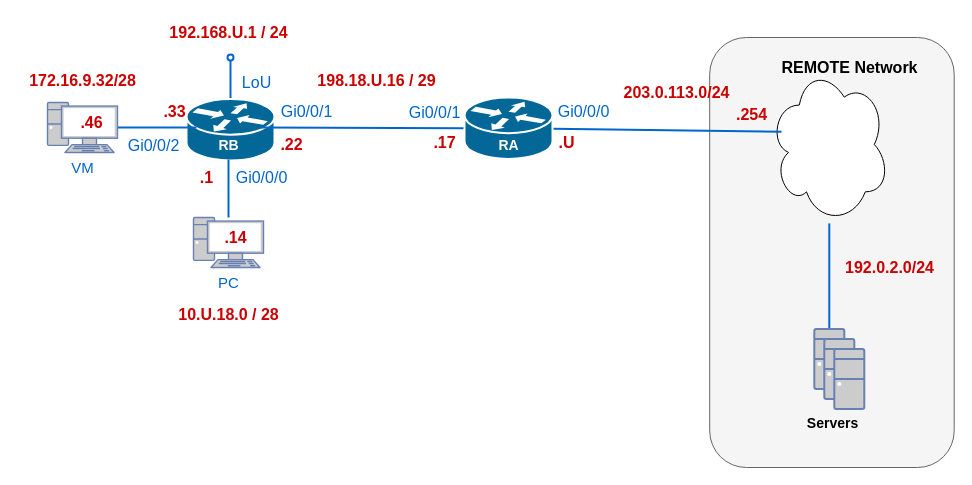
Before: 25F-CST8371/labs/draw/w01-topology.drawio in ayalac1111/Networking-Courses, a draw.io diagram. Source tidied: cells renumbered, new cells numbered last; positions are measured from the earlier drawing's top-left corner, leaving out a move shared by most shapes. Both pictures are drawn from the tidied source at 100%, with x=0, y=0 at pixel (17, 17).
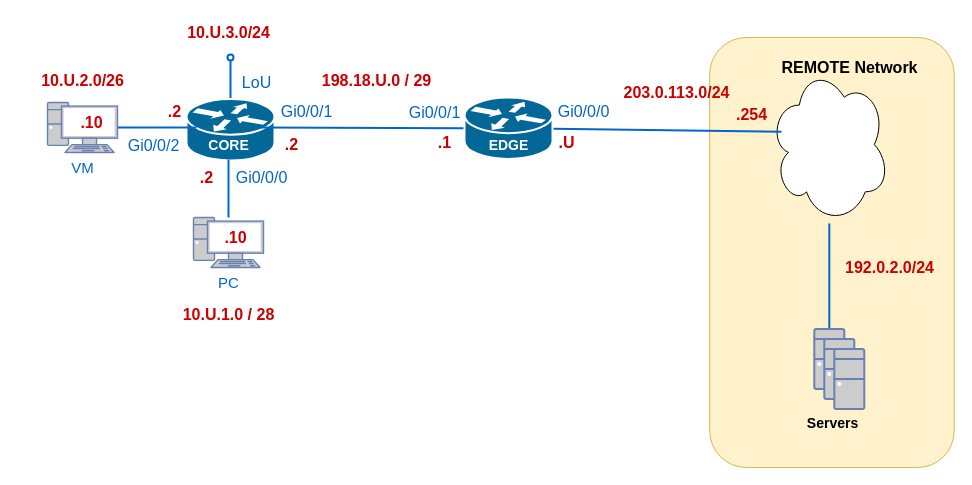
The same page after the edit.

Commit message (it also covers changes not shown here):
W01 PT Base (draft): tasks + CO1–CO6, topology assets, README SPARK notes

Change to the diagram source:
```diff
@@
-    <mxCell id="2" style="rounded=1;whiteSpace=wrap;html=1;fillColor=#f5f5f5;strokeColor=#666666;fontColor=#333333;" parent="1" vertex="1">
+    <mxCell id="2" style="rounded=1;whiteSpace=wrap;html=1;fillColor=#fff2cc;strokeColor=#d6b656;" parent="1" vertex="1">
       <mxGeometry x="692.2" y="20" width="244.5" height="430" as="geometry" />
     </mxCell>
@@
-    <mxCell id="17" value="&lt;font color=&quot;#ffffff&quot; style=&quot;font-size: 14px;&quot;&gt;&lt;b&gt;RA&lt;/b&gt;&lt;/font&gt;" style="text;html=1;align=center;verticalAlign=middle;fillColor=none;strokeColor=none;rounded=0;fontSize=16;" parent="1" vertex="1">
-      <mxGeometry x="471" y="111.5" width="40" height="30" as="geometry" />
+    <mxCell id="17" value="&lt;font color=&quot;#ffffff&quot; style=&quot;font-size: 14px;&quot;&gt;&lt;b&gt;EDGE&lt;/b&gt;&lt;/font&gt;" style="text;html=1;align=center;verticalAlign=middle;fillColor=none;strokeColor=none;rounded=0;fontSize=16;" parent="1" vertex="1">
+      <mxGeometry x="461" y="111.5" width="60" height="30" as="geometry" />
     </mxCell>
-    <mxCell id="18" value="&lt;font color=&quot;#ffffff&quot; style=&quot;font-size: 14px;&quot;&gt;&lt;b&gt;RB&lt;/b&gt;&lt;/font&gt;" style="text;html=1;align=center;verticalAlign=middle;fillColor=none;strokeColor=none;rounded=0;fontSize=16;fontColor=#0066CC;" parent="1" vertex="1">
-      <mxGeometry x="191" y="112" width="40" height="30" as="geometry" />
+    <mxCell id="18" value="&lt;font color=&quot;#ffffff&quot; style=&quot;font-size: 14px;&quot;&gt;&lt;b&gt;CORE&lt;/b&gt;&lt;/font&gt;" style="text;html=1;align=center;verticalAlign=middle;fillColor=none;strokeColor=none;rounded=0;fontSize=16;fontColor=#0066CC;" parent="1" vertex="1">
+      <mxGeometry x="181" y="112" width="60" height="30" as="geometry" />
     </mxCell>
@@
-    <mxCell id="20" value="&lt;font size=&quot;1&quot; color=&quot;#cc0000&quot;&gt;&lt;b style=&quot;font-size: 16px;&quot;&gt;198.18.U.16 / 29&lt;/b&gt;&lt;/font&gt;" style="text;html=1;align=center;verticalAlign=middle;fillColor=none;strokeColor=none;rounded=0;" parent="1" vertex="1">
-      <mxGeometry x="289" y="48" width="140" height="30" as="geometry" />
+    <mxCell id="20" value="&lt;font size=&quot;1&quot; color=&quot;#cc0000&quot;&gt;&lt;b style=&quot;font-size: 16px;&quot;&gt;198.18.U.0 / 29&lt;/b&gt;&lt;/font&gt;" style="text;html=1;align=center;verticalAlign=middle;fillColor=none;strokeColor=none;rounded=0;" parent="1" vertex="1">
+      <mxGeometry x="294" y="48" width="130" height="30" as="geometry" />
     </mxCell>
@@
-    <mxCell id="23" value="&lt;font size=&quot;1&quot; color=&quot;#cc0000&quot;&gt;&lt;b style=&quot;font-size: 16px;&quot;&gt;.17&lt;/b&gt;&lt;/font&gt;" style="text;html=1;align=center;verticalAlign=middle;fillColor=none;strokeColor=none;rounded=0;" parent="1" vertex="1">
-      <mxGeometry x="402" y="110" width="50" height="30" as="geometry" />
+    <mxCell id="23" value="&lt;font size=&quot;1&quot; color=&quot;#cc0000&quot;&gt;&lt;b style=&quot;font-size: 16px;&quot;&gt;.1&lt;/b&gt;&lt;/font&gt;" style="text;html=1;align=center;verticalAlign=middle;fillColor=none;strokeColor=none;rounded=0;" parent="1" vertex="1">
+      <mxGeometry x="407" y="110" width="40" height="30" as="geometry" />
     </mxCell>
-    <mxCell id="24" value="&lt;font size=&quot;1&quot; color=&quot;#cc0000&quot;&gt;&lt;b style=&quot;font-size: 16px;&quot;&gt;.22&lt;/b&gt;&lt;/font&gt;" style="text;html=1;align=center;verticalAlign=middle;fillColor=none;strokeColor=none;rounded=0;" parent="1" vertex="1">
-      <mxGeometry x="249" y="111.5" width="50" height="30" as="geometry" />
+    <mxCell id="24" value="&lt;font size=&quot;1&quot; color=&quot;#cc0000&quot;&gt;&lt;b style=&quot;font-size: 16px;&quot;&gt;.2&lt;/b&gt;&lt;/font&gt;" style="text;html=1;align=center;verticalAlign=middle;fillColor=none;strokeColor=none;rounded=0;" parent="1" vertex="1">
+      <mxGeometry x="254" y="111.5" width="40" height="30" as="geometry" />
     </mxCell>
-    <mxCell id="25" value="&lt;font size=&quot;1&quot; color=&quot;#cc0000&quot;&gt;&lt;b style=&quot;font-size: 16px;&quot;&gt;10.U.18.0 / 28&lt;/b&gt;&lt;/font&gt;" style="text;html=1;align=center;verticalAlign=middle;fillColor=none;strokeColor=none;rounded=0;" parent="1" vertex="1">
+    <mxCell id="25" value="&lt;font size=&quot;1&quot; color=&quot;#cc0000&quot;&gt;&lt;b style=&quot;font-size: 16px;&quot;&gt;10.U.1.0 / 28&lt;/b&gt;&lt;/font&gt;" style="text;html=1;align=center;verticalAlign=middle;fillColor=none;strokeColor=none;rounded=0;" parent="1" vertex="1">
       <mxGeometry x="151" y="281.5" width="120" height="30" as="geometry" />
     </mxCell>
-    <mxCell id="26" value="&lt;font size=&quot;1&quot; color=&quot;#cc0000&quot;&gt;&lt;b style=&quot;font-size: 16px;&quot;&gt;.1&lt;/b&gt;&lt;/font&gt;" style="text;html=1;align=center;verticalAlign=middle;fillColor=none;strokeColor=none;rounded=0;" parent="1" vertex="1">
+    <mxCell id="26" value="&lt;font size=&quot;1&quot; color=&quot;#cc0000&quot;&gt;&lt;b style=&quot;font-size: 16px;&quot;&gt;.2&lt;/b&gt;&lt;/font&gt;" style="text;html=1;align=center;verticalAlign=middle;fillColor=none;strokeColor=none;rounded=0;" parent="1" vertex="1">
       <mxGeometry x="169" y="145" width="40" height="30" as="geometry" />
     </mxCell>
-    <mxCell id="27" value="&lt;font size=&quot;1&quot; color=&quot;#cc0000&quot;&gt;&lt;b style=&quot;font-size: 16px;&quot;&gt;.33&lt;/b&gt;&lt;/font&gt;" style="text;html=1;align=center;verticalAlign=middle;fillColor=none;strokeColor=none;rounded=0;" parent="1" vertex="1">
-      <mxGeometry x="132" y="79" width="50" height="30" as="geometry" />
+    <mxCell id="27" value="&lt;font size=&quot;1&quot; color=&quot;#cc0000&quot;&gt;&lt;b style=&quot;font-size: 16px;&quot;&gt;.2&lt;/b&gt;&lt;/font&gt;" style="text;html=1;align=center;verticalAlign=middle;fillColor=none;strokeColor=none;rounded=0;" parent="1" vertex="1">
+      <mxGeometry x="137" y="79" width="40" height="30" as="geometry" />
     </mxCell>
-    <mxCell id="28" value="&lt;font size=&quot;1&quot; color=&quot;#cc0000&quot;&gt;&lt;b style=&quot;font-size: 16px;&quot;&gt;172.16.9.32/28&lt;/b&gt;&lt;/font&gt;" style="text;html=1;align=center;verticalAlign=middle;fillColor=none;strokeColor=none;rounded=0;" parent="1" vertex="1">
-      <mxGeometry y="48" width="130" height="30" as="geometry" />
+    <mxCell id="28" value="&lt;font size=&quot;1&quot; color=&quot;#cc0000&quot;&gt;&lt;b style=&quot;font-size: 16px;&quot;&gt;10.U.2.0/26&lt;/b&gt;&lt;/font&gt;" style="text;html=1;align=center;verticalAlign=middle;fillColor=none;strokeColor=none;rounded=0;" parent="1" vertex="1">
+      <mxGeometry x="10" y="48" width="110" height="30" as="geometry" />
     </mxCell>
@@
-    <mxCell id="31" value="&lt;font size=&quot;1&quot; color=&quot;#cc0000&quot;&gt;&lt;b style=&quot;font-size: 16px;&quot;&gt;.46&lt;/b&gt;&lt;/font&gt;" style="text;html=1;align=center;verticalAlign=middle;fillColor=none;strokeColor=none;rounded=0;" parent="1" vertex="1">
+    <mxCell id="31" value="&lt;font size=&quot;1&quot; color=&quot;#cc0000&quot;&gt;&lt;b style=&quot;font-size: 16px;&quot;&gt;.10&lt;/b&gt;&lt;/font&gt;" style="text;html=1;align=center;verticalAlign=middle;fillColor=none;strokeColor=none;rounded=0;" parent="1" vertex="1">
       <mxGeometry x="49" y="90" width="50" height="30" as="geometry" />
     </mxCell>
-    <mxCell id="32" value="&lt;font size=&quot;1&quot; color=&quot;#cc0000&quot;&gt;&lt;b style=&quot;font-size: 16px;&quot;&gt;.14&lt;/b&gt;&lt;/font&gt;" style="text;html=1;align=center;verticalAlign=middle;fillColor=none;strokeColor=none;rounded=0;" parent="1" vertex="1">
+    <mxCell id="32" value="&lt;font size=&quot;1&quot; color=&quot;#cc0000&quot;&gt;&lt;b style=&quot;font-size: 16px;&quot;&gt;.10&lt;/b&gt;&lt;/font&gt;" style="text;html=1;align=center;verticalAlign=middle;fillColor=none;strokeColor=none;rounded=0;" parent="1" vertex="1">
       <mxGeometry x="193" y="205" width="50" height="30" as="geometry" />
     </mxCell>
@@
-    <mxCell id="40" value="&lt;font size=&quot;1&quot; color=&quot;#cc0000&quot;&gt;&lt;b style=&quot;font-size: 16px;&quot;&gt;192.168.U.1 / 24&lt;/b&gt;&lt;/font&gt;" style="text;html=1;align=center;verticalAlign=middle;fillColor=none;strokeColor=none;rounded=0;" parent="1" vertex="1">
-      <mxGeometry x="141" width="140" height="30" as="geometry" />
+    <mxCell id="40" value="&lt;font size=&quot;1&quot; color=&quot;#cc0000&quot;&gt;&lt;b style=&quot;font-size: 16px;&quot;&gt;10.U.3.0/24&lt;/b&gt;&lt;/font&gt;" style="text;html=1;align=center;verticalAlign=middle;fillColor=none;strokeColor=none;rounded=0;" parent="1" vertex="1">
+      <mxGeometry x="156" width="110" height="30" as="geometry" />
     </mxCell>
```
